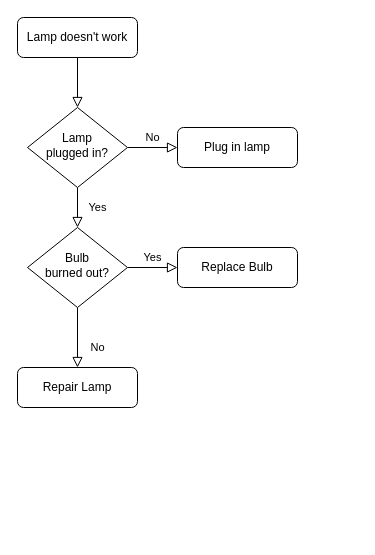
The draw.io diagram Untitled Diagram.drawio in flink-practice/oceanus-demo, before the edit. Source tidied: cells renumbered, new cells numbered last; positions are measured from the earlier drawing's top-left corner, leaving out a move shared by most shapes. Both pictures are drawn from the tidied source at 100%, with x=0, y=0 at pixel (17, 17).
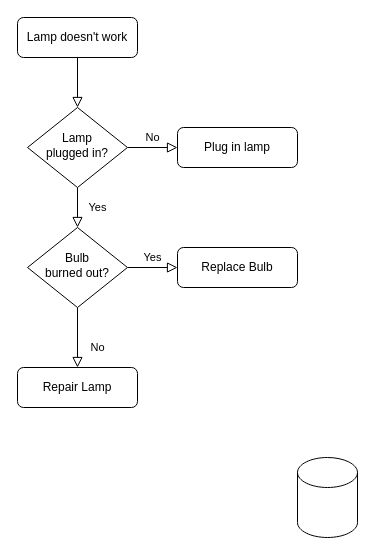
The same diagram, later.

The edit, as a diff of the source:
```diff
@@
 <mxGraphModel>
   <root>
     <mxCell id="0" />
     <mxCell id="1" parent="0" />
     <mxCell id="2" style="rounded=0;html=1;jettySize=auto;fontSize=11;endArrow=block;endFill=0;endSize=8;strokeWidth=1;shadow=0;labelBackgroundColor=none;edgeStyle=orthogonalEdgeStyle;" parent="1" edge="1" source="3" target="6">
       <mxGeometry relative="1" as="geometry" />
     </mxCell>
     <mxCell id="3" value="Lamp doesn't work" style="rounded=1;whiteSpace=wrap;html=1;fontSize=12;glass=0;strokeWidth=1;shadow=0;" parent="1" vertex="1">
       <mxGeometry width="120" height="40" as="geometry" />
     </mxCell>
     <mxCell id="4" value="Yes" style="rounded=0;html=1;jettySize=auto;fontSize=11;endArrow=block;endFill=0;endSize=8;strokeWidth=1;shadow=0;labelBackgroundColor=none;edgeStyle=orthogonalEdgeStyle;" parent="1" edge="1" source="6" target="10">
       <mxGeometry y="20" relative="1" as="geometry" />
     </mxCell>
     <mxCell id="5" value="No" style="edgeStyle=orthogonalEdgeStyle;rounded=0;html=1;jettySize=auto;fontSize=11;endArrow=block;endFill=0;endSize=8;strokeWidth=1;shadow=0;labelBackgroundColor=none;" parent="1" edge="1" source="6" target="7">
       <mxGeometry y="10" relative="1" as="geometry" />
     </mxCell>
     <mxCell id="6" value="Lamp&lt;br&gt;plugged in?" style="rhombus;whiteSpace=wrap;html=1;shadow=0;fontFamily=Helvetica;fontSize=12;align=center;strokeWidth=1;spacing=6;spacingTop=-4;" parent="1" vertex="1">
       <mxGeometry x="10" y="90" width="100" height="80" as="geometry" />
     </mxCell>
     <mxCell id="7" value="Plug in lamp" style="rounded=1;whiteSpace=wrap;html=1;fontSize=12;glass=0;strokeWidth=1;shadow=0;" parent="1" vertex="1">
       <mxGeometry x="160" y="110" width="120" height="40" as="geometry" />
     </mxCell>
     <mxCell id="8" value="No" style="rounded=0;html=1;jettySize=auto;fontSize=11;endArrow=block;endFill=0;endSize=8;strokeWidth=1;shadow=0;labelBackgroundColor=none;edgeStyle=orthogonalEdgeStyle;" parent="1" edge="1" source="10" target="11">
       <mxGeometry x="0.33" y="20" relative="1" as="geometry" />
     </mxCell>
     <mxCell id="9" value="Yes" style="edgeStyle=orthogonalEdgeStyle;rounded=0;html=1;jettySize=auto;fontSize=11;endArrow=block;endFill=0;endSize=8;strokeWidth=1;shadow=0;labelBackgroundColor=none;" parent="1" edge="1" source="10" target="12">
       <mxGeometry y="10" relative="1" as="geometry" />
     </mxCell>
     <mxCell id="10" value="Bulb&lt;br&gt;burned out?" style="rhombus;whiteSpace=wrap;html=1;shadow=0;fontFamily=Helvetica;fontSize=12;align=center;strokeWidth=1;spacing=6;spacingTop=-4;" parent="1" vertex="1">
       <mxGeometry x="10" y="210" width="100" height="80" as="geometry" />
     </mxCell>
     <mxCell id="11" value="Repair Lamp" style="rounded=1;whiteSpace=wrap;html=1;fontSize=12;glass=0;strokeWidth=1;shadow=0;" parent="1" vertex="1">
       <mxGeometry y="350" width="120" height="40" as="geometry" />
     </mxCell>
     <mxCell id="12" value="Replace Bulb" style="rounded=1;whiteSpace=wrap;html=1;fontSize=12;glass=0;strokeWidth=1;shadow=0;" parent="1" vertex="1">
       <mxGeometry x="160" y="230" width="120" height="40" as="geometry" />
     </mxCell>
+    <mxCell id="13" style="shape=cylinder3;whiteSpace=wrap;html=1;boundedLbl=1;backgroundOutline=1;size=15;" parent="1" vertex="1">
+      <mxGeometry x="280" y="440" width="60" height="80" as="geometry" />
+    </mxCell>
   </root>
 </mxGraphModel>
```
